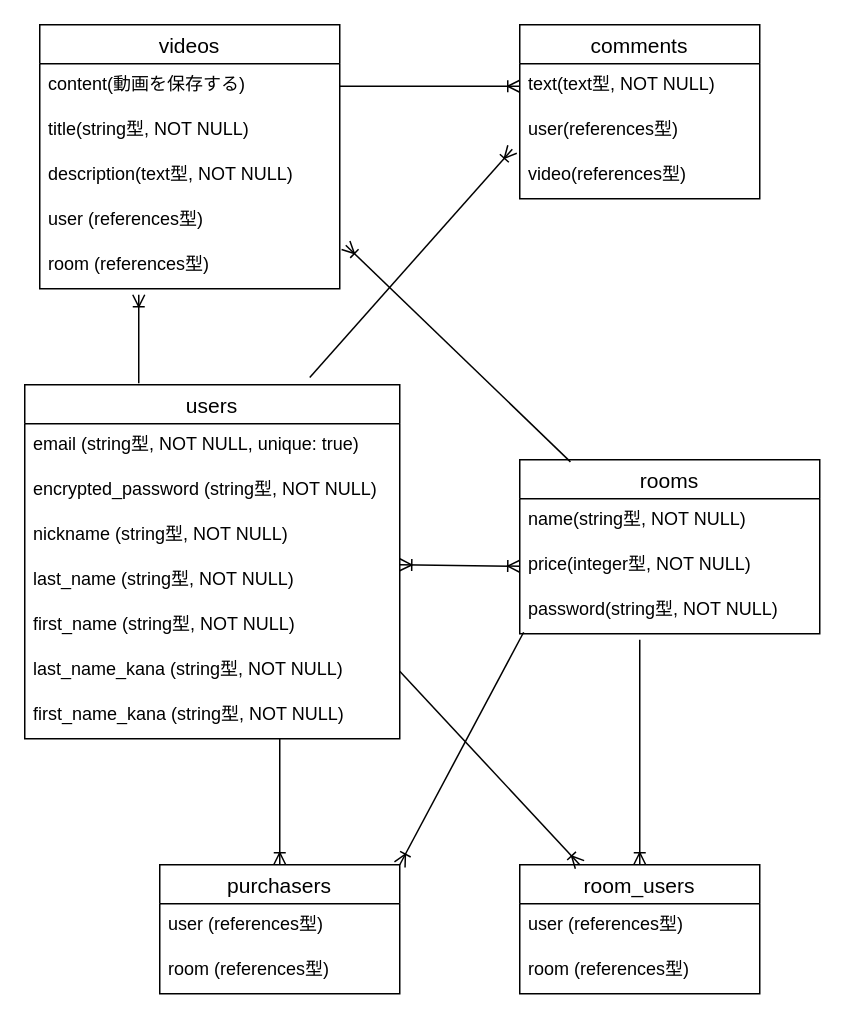
Above: povio.dio in yudai-simoma/povio (draw.io), before the change. Source tidied: cells renumbered, new cells numbered last; positions are measured from the earlier drawing's top-left corner, leaving out a move shared by most shapes. Both pictures are drawn from the tidied source at 150%, with x=0, y=0 at pixel (24, 24).
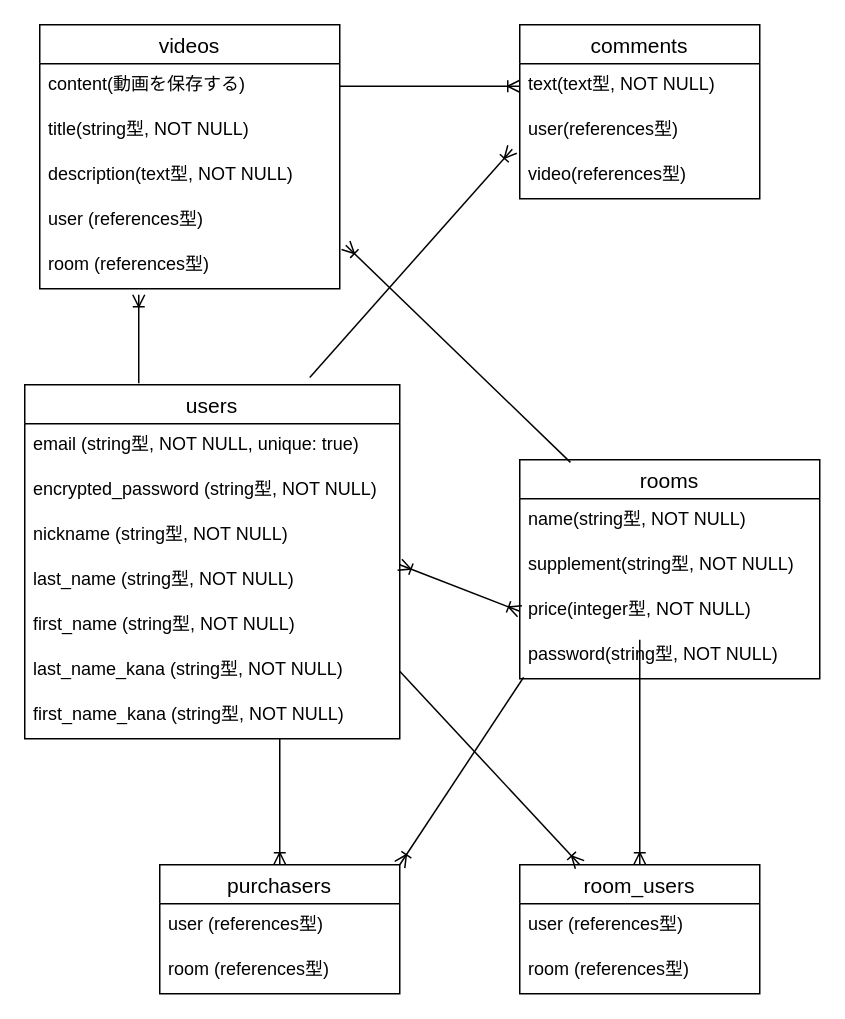
After the change.

Commit message (it also covers changes not shown here):
データベース設計の変更

What changed in the source:
```diff
@@
     <mxCell id="12" value="rooms" style="swimlane;fontStyle=0;horizontal=1;startSize=26;align=center;fontSize=14;" parent="1" vertex="1">
-      <mxGeometry x="330" y="290" width="200" height="116" as="geometry" />
+      <mxGeometry x="330" y="290" width="200" height="146" as="geometry" />
     </mxCell>
@@
+    <mxCell id="39" value="supplement(string型, NOT NULL)" style="text;strokeColor=none;fillColor=none;spacingLeft=4;spacingRight=4;overflow=hidden;fontSize=12;" parent="12" vertex="1">
+      <mxGeometry y="56" width="200" height="30" as="geometry" />
+    </mxCell>
     <mxCell id="14" value="price(integer型, NOT NULL)" style="text;strokeColor=none;fillColor=none;spacingLeft=4;spacingRight=4;overflow=hidden;points=[[0,0.5],[1,0.5]];portConstraint=eastwest;fontSize=12;" parent="12" vertex="1">
-      <mxGeometry y="56" width="200" height="30" as="geometry" />
+      <mxGeometry y="86" width="200" height="30" as="geometry" />
     </mxCell>
     <mxCell id="15" value="password(string型, NOT NULL)" style="text;strokeColor=none;fillColor=none;spacingLeft=4;spacingRight=4;overflow=hidden;points=[[0,0.5],[1,0.5]];portConstraint=eastwest;fontSize=12;" parent="12" vertex="1">
-      <mxGeometry y="86" width="200" height="30" as="geometry" />
+      <mxGeometry y="116" width="200" height="30" as="geometry" />
     </mxCell>
```
